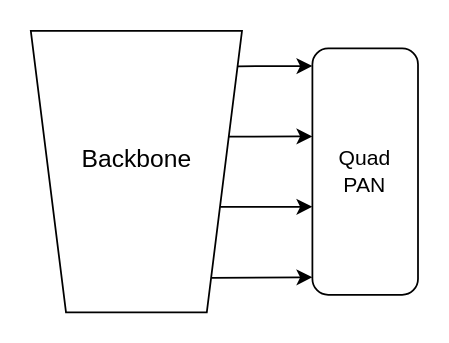
This is 未命名绘图.drawio from ThrowYouARem/d2l-zh, a draw.io file, before an edit. Source tidied: cells renumbered, new cells numbered last; positions are measured from the earlier drawing's top-left corner, leaving out a move shared by most shapes. Both pictures are drawn from the tidied source at 176%, with x=0, y=0 at pixel (30, 30).
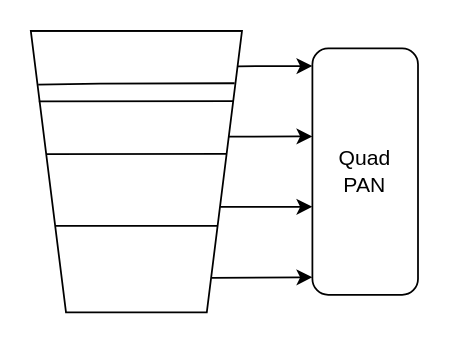
Above is the later version.

Commit message (it also covers changes not shown here):
更新未命名绘图.drawio

Unchanged cells that the change refers to:
```xml
<mxCell id="2" style="shape=trapezoid;perimeter=trapezoidPerimeter;whiteSpace=wrap;html=1;fixedSize=1;rotation=-180;align=center;" parent="1" vertex="1">
  <mxGeometry width="120" height="160" as="geometry" />
</mxCell>
```

What changed in the source:
```diff
@@
-    <mxCell id="7" value="&lt;font style=&quot;font-size: 14px; font-weight: normal;&quot;&gt;Backbone&lt;/font&gt;" style="text;strokeColor=none;fillColor=none;html=1;fontSize=24;fontStyle=1;verticalAlign=middle;align=center;" parent="1" vertex="1">
-      <mxGeometry x="10" y="50" width="100" height="40" as="geometry" />
-    </mxCell>
@@
+    <mxCell id="9" style="endArrow=none;html=1;rounded=0;exitX=0.962;exitY=0.749;exitDx=0;exitDy=0;exitPerimeter=0;entryX=0.042;entryY=0.75;entryDx=0;entryDy=0;entryPerimeter=0;" parent="1" edge="1" source="2" target="2">
+      <mxGeometry relative="1" as="geometry" />
+    </mxCell>
+    <mxCell id="10" style="endArrow=none;html=1;rounded=0;" parent="1" edge="1">
+      <mxGeometry relative="1" as="geometry">
+        <mxPoint x="110" y="70" as="sourcePoint" />
+        <mxPoint x="110" y="70" as="targetPoint" />
+      </mxGeometry>
+    </mxCell>
+    <mxCell id="11" style="endArrow=none;html=1;rounded=0;entryX=0.03;entryY=0.814;entryDx=0;entryDy=0;entryPerimeter=0;exitX=0.96;exitY=0.809;exitDx=0;exitDy=0;exitPerimeter=0;" parent="1" edge="1">
+      <mxGeometry relative="1" as="geometry">
+        <mxPoint x="4.2" y="30.6" as="sourcePoint" />
+        <mxPoint x="115.8" y="29.8" as="targetPoint" />
+        <Array as="points">
+          <mxPoint x="39.4" y="30" />
+        </Array>
+      </mxGeometry>
+    </mxCell>
+    <mxCell id="12" style="endArrow=none;html=1;rounded=0;entryX=0;entryY=0.25;entryDx=0;entryDy=0;exitX=1;exitY=0.25;exitDx=0;exitDy=0;" parent="1" edge="1" source="2" target="2">
+      <mxGeometry relative="1" as="geometry" />
+    </mxCell>
+    <mxCell id="13" style="endArrow=none;html=1;rounded=0;exitX=0.928;exitY=0.562;exitDx=0;exitDy=0;exitPerimeter=0;entryX=0.071;entryY=0.563;entryDx=0;entryDy=0;entryPerimeter=0;" parent="1" edge="1" source="2" target="2">
+      <mxGeometry relative="1" as="geometry" />
+    </mxCell>
+    <mxCell id="14" style="endArrow=none;html=1;rounded=0;" parent="1" edge="1">
+      <mxGeometry relative="1" as="geometry">
+        <mxPoint as="sourcePoint" />
+        <mxPoint x="120" as="targetPoint" />
+      </mxGeometry>
+    </mxCell>
```
